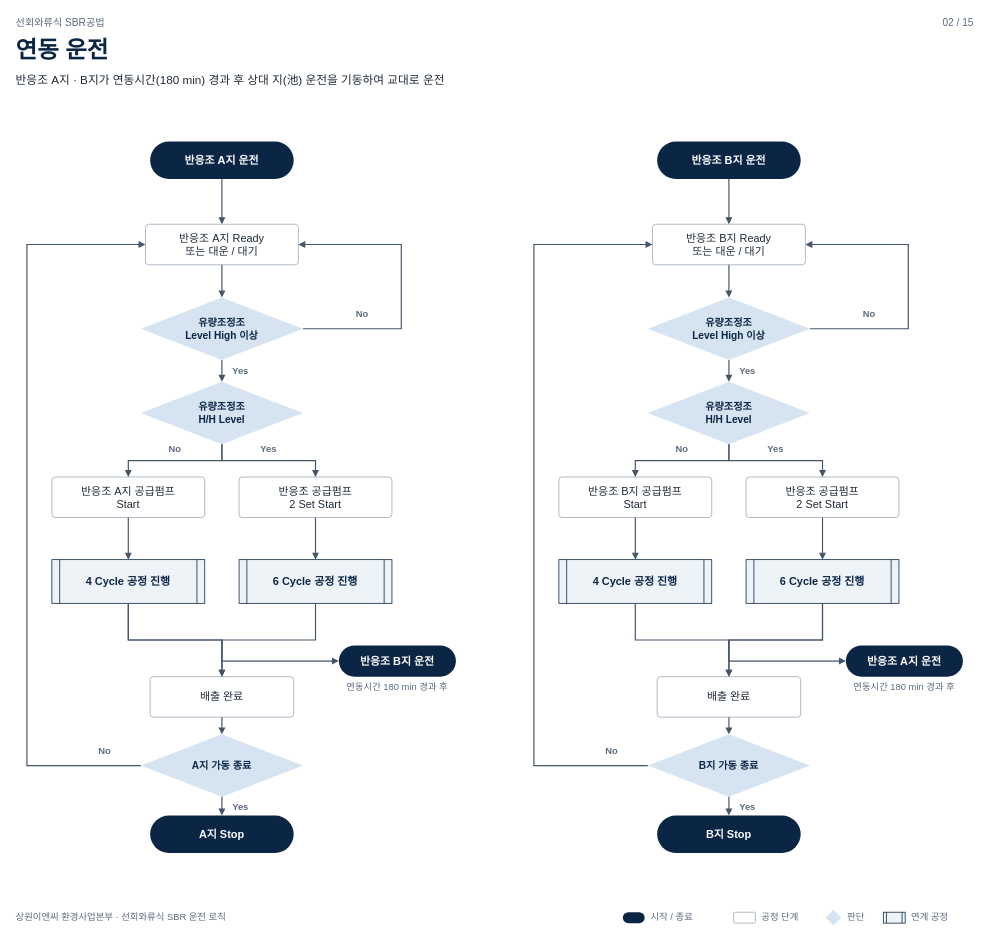
Before: page "02 연동 운전" (2 of 15) of operation-logic/261027_SBR_운전로직_플로우.drawio in taewoon82/sangwon-sbr-system, a draw.io diagram. Source tidied: cells renumbered, new cells numbered last; positions are measured from the earlier drawing's top-left corner, leaving out a move shared by most shapes. Both pictures are drawn from the tidied source at 78%, with x=0, y=0 at pixel (14, 13).
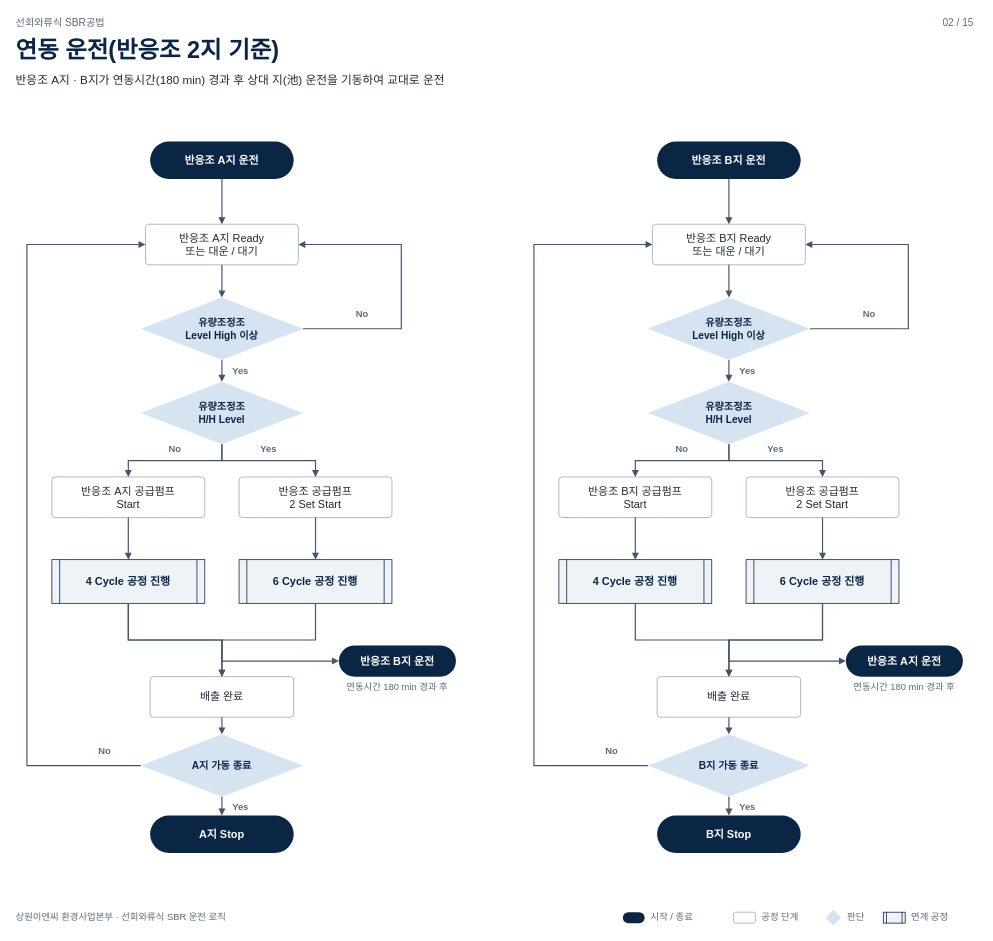
Above is the later version.

Change to the diagram source:
```diff
@@
-    <mxCell id="4" value="연동 운전" style="text;html=1;strokeColor=none;fillColor=none;whiteSpace=wrap;fontFamily=GmarketSans;align=left;verticalAlign=middle;fontSize=30;fontStyle=1;fontColor=#0B2545;" parent="1" vertex="1">
+    <mxCell id="4" value="연동 운전(반응조 2지 기준)" style="text;html=1;strokeColor=none;fillColor=none;whiteSpace=wrap;fontFamily=GmarketSans;align=left;verticalAlign=middle;fontSize=30;fontStyle=1;fontColor=#0B2545;" parent="1" vertex="1">
       <mxGeometry y="26" width="1232" height="42" as="geometry" />
     </mxCell>
```
